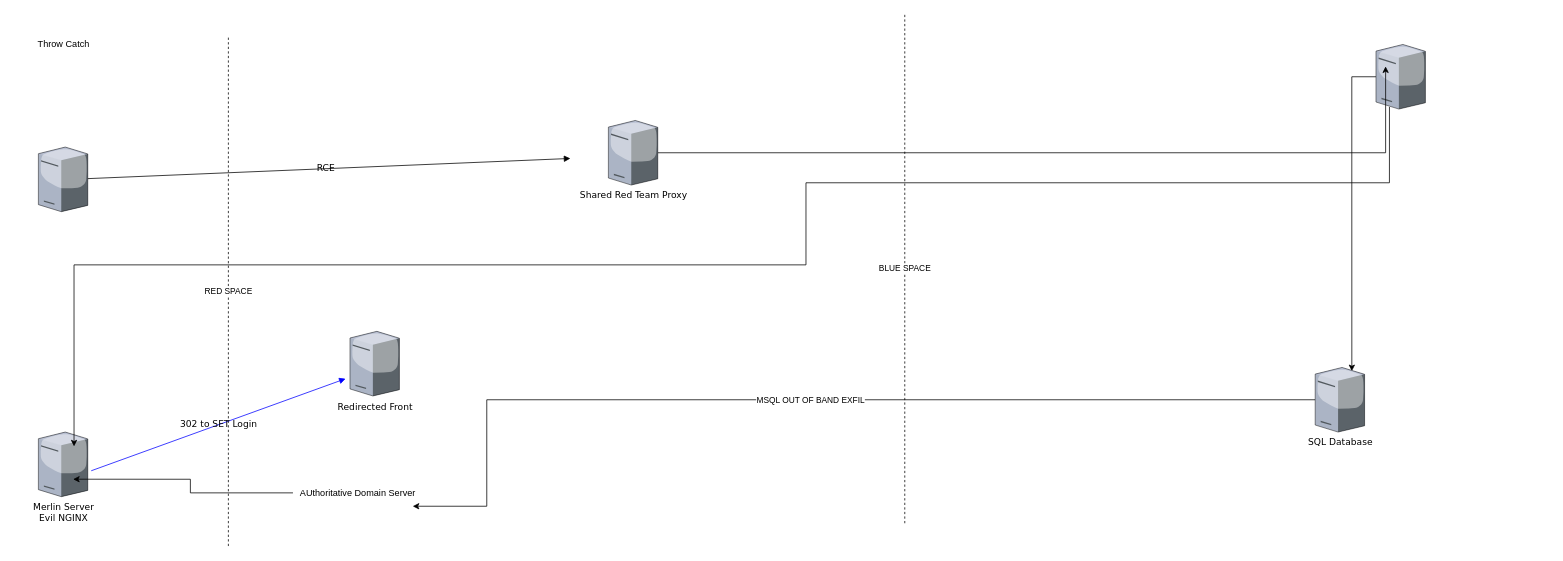
Earlier version of the draw.io diagram Orlean-Administration-Attack-Plan.drawio (arosenmund/attack-diagrams). Source tidied: cells renumbered, new cells numbered last; positions are measured from the earlier drawing's top-left corner, leaving out a move shared by most shapes. Both pictures are drawn from the tidied source at 76%, with x=0, y=0 at pixel (32, 14).
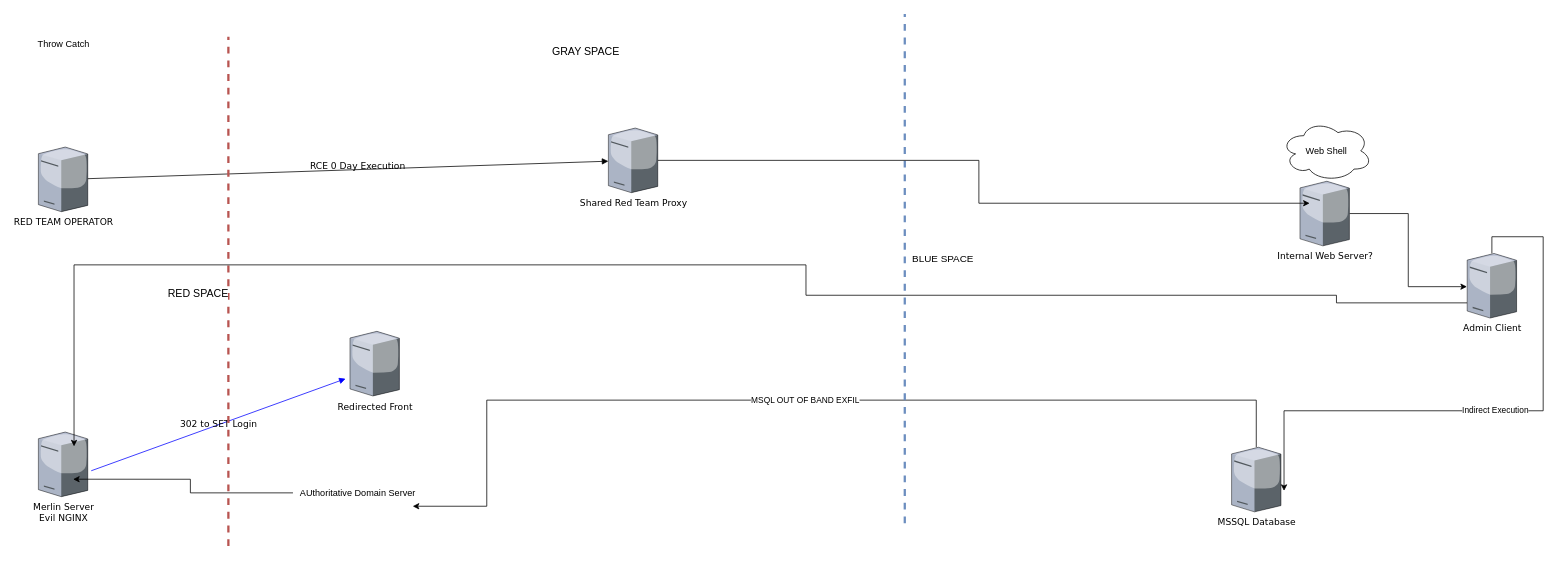
The same diagram, later.

Unchanged cells that the change refers to:
```xml
<mxCell id="4" value="Merlin Server&lt;br&gt;Evil NGINX" style="verticalLabelPosition=bottom;html=1;verticalAlign=top;strokeColor=none;shape=mxgraph.citrix.tower_server;rounded=0;shadow=0;comic=0;fontFamily=Verdana;" parent="1" vertex="1">
  <mxGeometry x="8" y="550" width="65" height="85" as="geometry" />
</mxCell>
```

Change to the diagram source:
```diff
@@
-    <mxCell id="2" style="edgeStyle=orthogonalEdgeStyle;rounded=0;jettySize=auto;html=1;entryX=0.742;entryY=0.057;entryDx=0;entryDy=0;entryPerimeter=0;" parent="1" edge="1" source="3" target="6">
+    <mxCell id="2" style="edgeStyle=orthogonalEdgeStyle;rounded=0;jettySize=auto;html=1;entryX=-0.005;entryY=0.514;entryDx=0;entryDy=0;entryPerimeter=0;" parent="1" edge="1" source="3" target="20">
       <mxGeometry relative="1" as="geometry" />
     </mxCell>
-    <mxCell id="3" style="verticalLabelPosition=bottom;html=1;verticalAlign=top;strokeColor=none;shape=mxgraph.citrix.tower_server;rounded=0;shadow=0;comic=0;fontFamily=Verdana;" parent="1" vertex="1">
-      <mxGeometry x="1768" y="40" width="65" height="85" as="geometry" />
+    <mxCell id="3" value="Internal Web Server?" style="verticalLabelPosition=bottom;html=1;verticalAlign=top;strokeColor=none;shape=mxgraph.citrix.tower_server;rounded=0;shadow=0;comic=0;fontFamily=Verdana;" parent="1" vertex="1">
+      <mxGeometry x="1668" y="220" width="65" height="85" as="geometry" />
     </mxCell>
@@
-    <mxCell id="6" value="SQL Database" style="verticalLabelPosition=bottom;html=1;verticalAlign=top;strokeColor=none;shape=mxgraph.citrix.tower_server;rounded=0;shadow=0;comic=0;fontFamily=Verdana;" parent="1" vertex="1">
-      <mxGeometry x="1688" y="465" width="65" height="85" as="geometry" />
+    <mxCell id="6" value="MSSQL Database" style="verticalLabelPosition=bottom;html=1;verticalAlign=top;strokeColor=none;shape=mxgraph.citrix.tower_server;rounded=0;shadow=0;comic=0;fontFamily=Verdana;" parent="1" vertex="1">
+      <mxGeometry x="1578" y="570" width="65" height="85" as="geometry" />
     </mxCell>
@@
-    <mxCell id="8" value="RCE" style="edgeStyle=none;rounded=0;html=1;labelBackgroundColor=none;startFill=0;endArrow=block;endFill=1;strokeWidth=1;fontFamily=Verdana;fontSize=12;exitX=0.865;exitY=0.493;exitDx=0;exitDy=0;exitPerimeter=0;" parent="1" edge="1" source="10">
-      <mxGeometry relative="1" as="geometry">
-        <mxPoint x="708" y="190" as="targetPoint" />
-      </mxGeometry>
+    <mxCell id="8" value="RCE 0 Day Execution" style="edgeStyle=none;rounded=0;html=1;labelBackgroundColor=none;startFill=0;endArrow=block;endFill=1;strokeWidth=1;fontFamily=Verdana;fontSize=12;exitX=0.865;exitY=0.493;exitDx=0;exitDy=0;exitPerimeter=0;" parent="1" edge="1" source="10" target="15">
+      <mxGeometry x="0.05" y="5" relative="1" as="geometry" />
     </mxCell>
-    <mxCell id="9" value="RED SPACE" style="endArrow=none;dashed=1;html=1;rounded=0;" parent="1" edge="1">
-      <mxGeometry relative="1" as="geometry">
+    <mxCell id="9" value="&lt;font style=&quot;font-size: 14px;&quot;&gt;RED SPACE&lt;/font&gt;" style="endArrow=none;dashed=1;html=1;rounded=0;fillColor=#f8cecc;strokeColor=#b85450;strokeWidth=3;" parent="1" edge="1">
+      <mxGeometry x="-0.01" y="40" relative="1" as="geometry">
         <mxPoint x="258" y="700" as="sourcePoint" />
         <mxPoint x="258" y="30" as="targetPoint" />
       </mxGeometry>
     </mxCell>
-    <mxCell id="10" style="verticalLabelPosition=bottom;html=1;verticalAlign=top;strokeColor=none;shape=mxgraph.citrix.tower_server;rounded=0;shadow=0;comic=0;fontFamily=Verdana;" parent="1" vertex="1">
+    <mxCell id="10" value="RED TEAM OPERATOR" style="verticalLabelPosition=bottom;html=1;verticalAlign=top;strokeColor=none;shape=mxgraph.citrix.tower_server;rounded=0;shadow=0;comic=0;fontFamily=Verdana;" parent="1" vertex="1">
       <mxGeometry x="8" y="175" width="65" height="85" as="geometry" />
     </mxCell>
@@
-    <mxCell id="13" value="BLUE SPACE" style="endArrow=none;dashed=1;html=1;rounded=0;" parent="1" edge="1">
-      <mxGeometry relative="1" as="geometry">
+    <mxCell id="13" value="&lt;font style=&quot;font-size: 13px;&quot;&gt;BLUE SPACE&lt;/font&gt;" style="endArrow=none;dashed=1;html=1;rounded=0;fillColor=#dae8fc;strokeColor=#6c8ebf;strokeWidth=3;" parent="1" edge="1">
+      <mxGeometry x="0.04" y="-50" relative="1" as="geometry">
         <mxPoint x="1148" y="670" as="sourcePoint" />
         <mxPoint x="1148" as="targetPoint" />
       </mxGeometry>
     </mxCell>
@@
     <mxCell id="15" value="Shared Red Team Proxy" style="verticalLabelPosition=bottom;html=1;verticalAlign=top;strokeColor=none;shape=mxgraph.citrix.tower_server;rounded=0;shadow=0;comic=0;fontFamily=Verdana;" parent="1" vertex="1">
-      <mxGeometry x="758" y="140" width="65" height="85" as="geometry" />
+      <mxGeometry x="758" y="150" width="65" height="85" as="geometry" />
     </mxCell>
-    <mxCell id="16" style="edgeStyle=orthogonalEdgeStyle;rounded=0;jettySize=auto;html=1;entryX=0.722;entryY=0.222;entryDx=0;entryDy=0;entryPerimeter=0;exitX=0.273;exitY=0.967;exitDx=0;exitDy=0;exitPerimeter=0;" parent="1" edge="1" source="3" target="4">
+    <mxCell id="16" style="edgeStyle=orthogonalEdgeStyle;rounded=0;jettySize=auto;html=1;entryX=0.722;entryY=0.222;entryDx=0;entryDy=0;entryPerimeter=0;" parent="1" edge="1" source="20" target="4">
       <mxGeometry relative="1" as="geometry">
         <Array as="points">
-          <mxPoint x="1018" y="222" />
+          <mxPoint x="1921" y="380" />
+          <mxPoint x="1716" y="380" />
+          <mxPoint x="1716" y="370" />
+          <mxPoint x="1018" y="370" />
           <mxPoint x="1018" y="330" />
           <mxPoint x="55" y="330" />
         </Array>
       </mxGeometry>
     </mxCell>
@@
+    <mxCell id="19" value="Indirect Execution" style="edgeStyle=orthogonalEdgeStyle;rounded=0;jettySize=auto;html=1;entryX=1.062;entryY=0.675;entryDx=0;entryDy=0;entryPerimeter=0;" parent="1" edge="1" source="20" target="6">
+      <mxGeometry relative="1" as="geometry">
+        <Array as="points">
+          <mxPoint x="1988" y="293" />
+          <mxPoint x="1988" y="522" />
+        </Array>
+      </mxGeometry>
+    </mxCell>
+    <mxCell id="20" value="Admin Client" style="verticalLabelPosition=bottom;html=1;verticalAlign=top;strokeColor=none;shape=mxgraph.citrix.tower_server;rounded=0;shadow=0;comic=0;fontFamily=Verdana;" parent="1" vertex="1">
+      <mxGeometry x="1888" y="315" width="65" height="85" as="geometry" />
+    </mxCell>
+    <mxCell id="21" value="Web Shell" style="ellipse;shape=cloud;whiteSpace=wrap;html=1;" parent="1" vertex="1">
+      <mxGeometry x="1643" y="140" width="120" height="80" as="geometry" />
+    </mxCell>
+    <mxCell id="22" value="GRAY SPACE" style="text;html=1;align=center;verticalAlign=middle;strokeColor=none;fillColor=none;fontSize=14;" parent="1" vertex="1">
+      <mxGeometry x="678" y="40" width="100" height="20" as="geometry" />
+    </mxCell>
```
